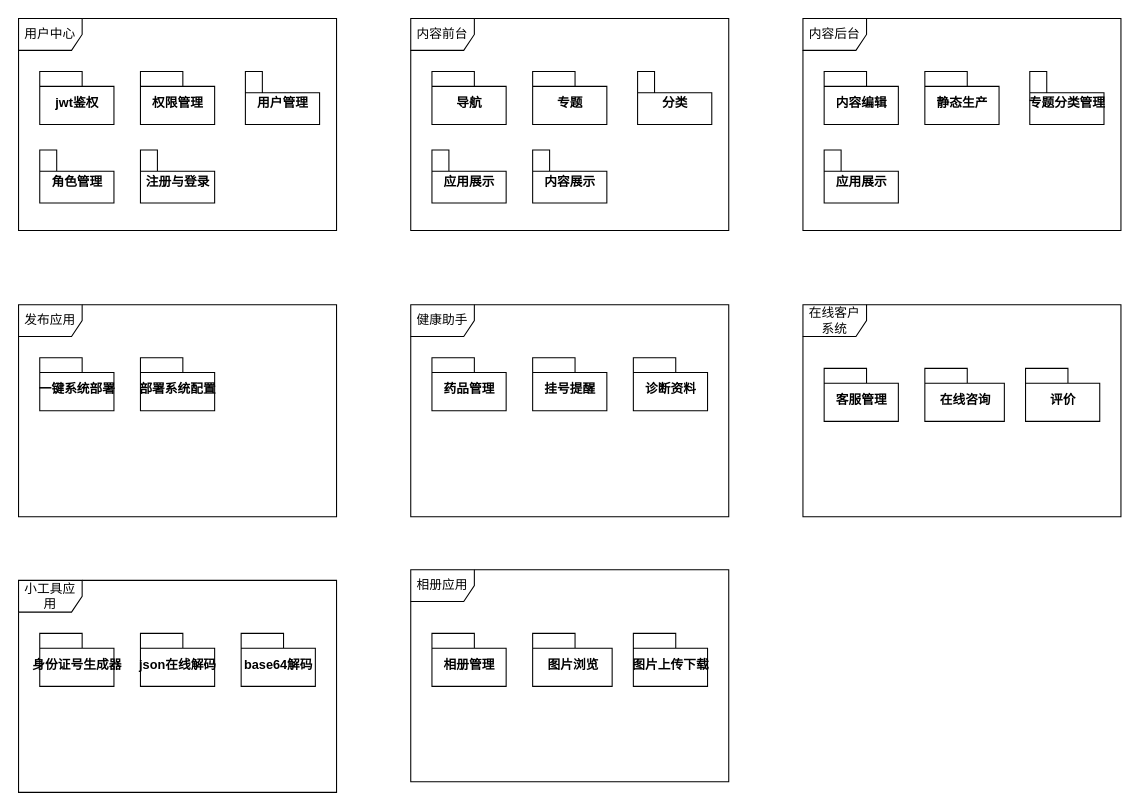
This is page "整体逻辑架构图" (5 of 5) of design-chart/软件设计.drawio from it-sos/ucenter, a draw.io file, before an edit. Source tidied: cells renumbered, new cells numbered last; positions are measured from the earlier drawing's top-left corner, leaving out a move shared by most shapes. Both pictures are drawn from the tidied source at 106%, with x=0, y=0 at pixel (18, 18).
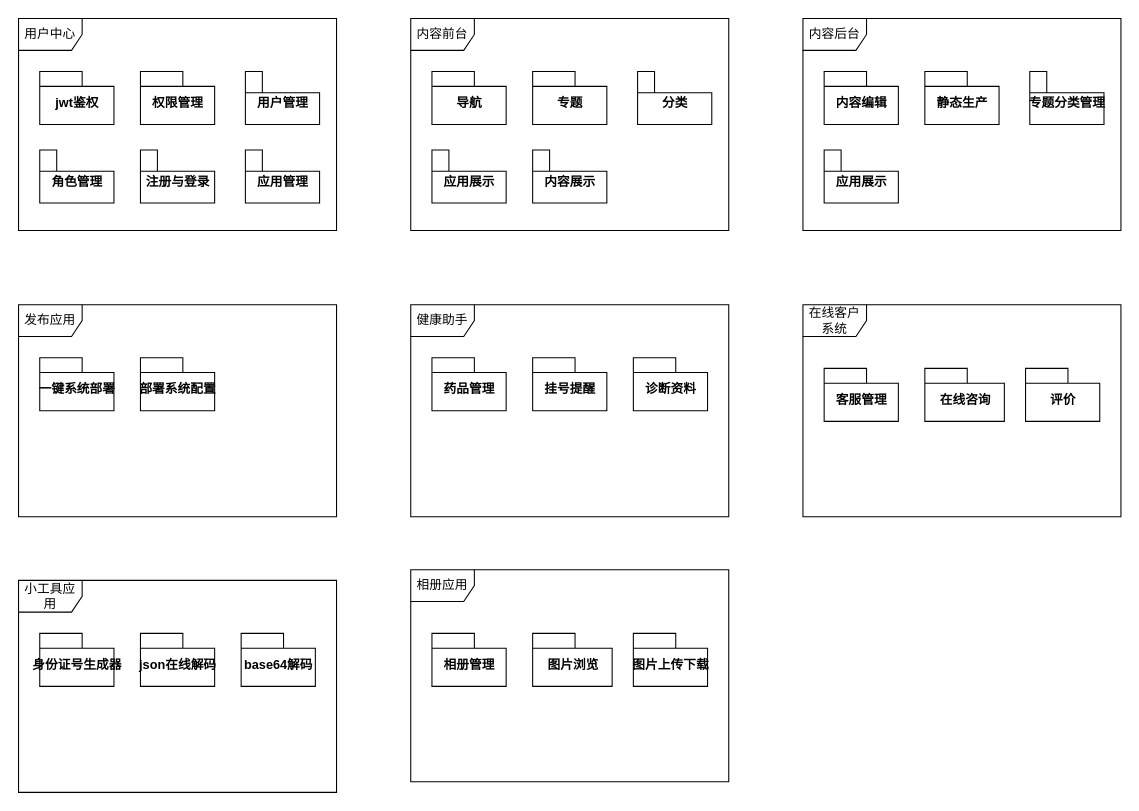
Above is the later version.

The edit, as a diff of the source:
```diff
@@
+    <mxCell id="38" value="应用管理" style="shape=folder;fontStyle=1;spacingTop=10;tabWidth=16;tabHeight=20;tabPosition=left;html=1;" parent="1" vertex="1">
+      <mxGeometry x="214" y="124" width="70" height="50" as="geometry" />
+    </mxCell>
```
